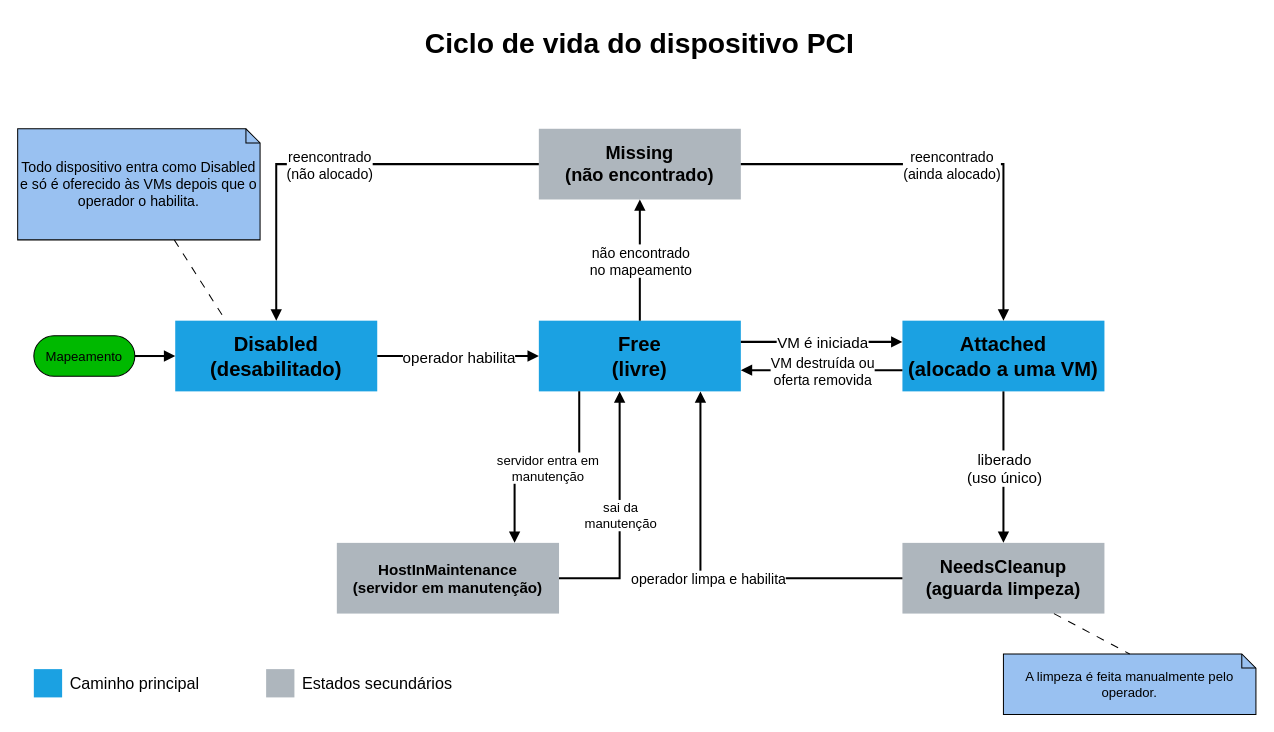
The draw.io diagram page "ciclo-de-vida-dispositivo" (2 of 3) of diagramas/diagramas-apresentacao.drawio in erikbocks/apresentacao-tcc, before the edit. Source tidied: cells renumbered, new cells numbered last; positions are measured from the earlier drawing's top-left corner, leaving out a move shared by most shapes. Both pictures are drawn from the tidied source at 101%, with x=0, y=0 at pixel (17, 17).
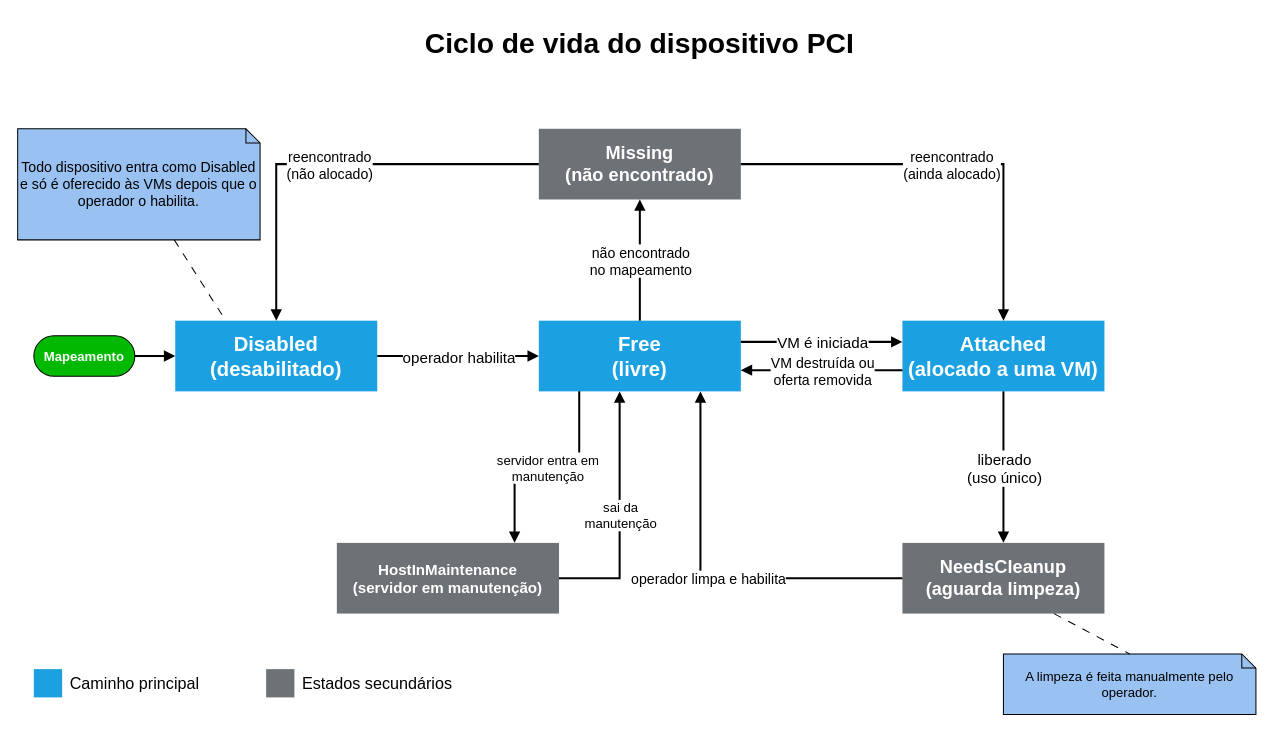
Above is the later version.

What changed in the source:
```diff
@@
-    <mxCell id="3" value="Mapeamento" style="html=1;dashed=0;whiteSpace=wrap;shape=mxgraph.dfd.start;fillColor=#00B900;fontColor=#000000;strokeColor=#000000;fontSize=13;" parent="1" vertex="1">
+    <mxCell id="3" value="Mapeamento" style="html=1;dashed=0;whiteSpace=wrap;shape=mxgraph.dfd.start;fillColor=#00B900;fontColor=#FFFFFF;strokeColor=#000000;fontSize=13;fontStyle=1;" parent="1" vertex="1">
       <mxGeometry x="16" y="315" width="100" height="40" as="geometry" />
     </mxCell>
-    <mxCell id="4" value="Disabled&lt;br&gt;(desabilitado)" style="whiteSpace=wrap;html=1;fillColor=#1ba1e2;strokeColor=none;fontColor=#000000;dashed=0;horizontal=1;fontSize=20;fontStyle=1;" parent="1" vertex="1">
+    <mxCell id="4" value="Disabled&lt;br&gt;(desabilitado)" style="whiteSpace=wrap;html=1;fillColor=#1ba1e2;strokeColor=none;fontColor=#FFFFFF;dashed=0;horizontal=1;fontSize=20;fontStyle=1;" parent="1" vertex="1">
       <mxGeometry x="156" y="300" width="200" height="70" as="geometry" />
     </mxCell>
-    <mxCell id="5" value="Free&lt;br&gt;(livre)" style="whiteSpace=wrap;html=1;fillColor=#1ba1e2;strokeColor=none;fontColor=#000000;dashed=0;horizontal=1;fontSize=20;fontStyle=1;" parent="1" vertex="1">
+    <mxCell id="5" value="Free&lt;br&gt;(livre)" style="whiteSpace=wrap;html=1;fillColor=#1ba1e2;strokeColor=none;fontColor=#FFFFFF;dashed=0;horizontal=1;fontSize=20;fontStyle=1;" parent="1" vertex="1">
       <mxGeometry x="516" y="300" width="200" height="70" as="geometry" />
     </mxCell>
-    <mxCell id="6" value="Attached&lt;br&gt;(alocado a uma VM)" style="whiteSpace=wrap;html=1;fillColor=#1ba1e2;strokeColor=none;fontColor=#000000;dashed=0;horizontal=1;fontSize=20;fontStyle=1;" parent="1" vertex="1">
+    <mxCell id="6" value="Attached&lt;br&gt;(alocado a uma VM)" style="whiteSpace=wrap;html=1;fillColor=#1ba1e2;strokeColor=none;fontColor=#FFFFFF;dashed=0;horizontal=1;fontSize=20;fontStyle=1;" parent="1" vertex="1">
       <mxGeometry x="876" y="300" width="200" height="70" as="geometry" />
     </mxCell>
-    <mxCell id="7" value="Missing&lt;br&gt;(não encontrado)" style="whiteSpace=wrap;html=1;fillColor=#aeb6bd;strokeColor=none;fontColor=#000000;dashed=0;horizontal=1;fontSize=18;fontStyle=1;" parent="1" vertex="1">
+    <mxCell id="7" value="Missing&lt;br&gt;(não encontrado)" style="whiteSpace=wrap;html=1;fillColor=#6D7276;strokeColor=none;fontColor=#FFFFFF;dashed=0;horizontal=1;fontSize=18;fontStyle=1;" parent="1" vertex="1">
       <mxGeometry x="516" y="110" width="200" height="70" as="geometry" />
     </mxCell>
-    <mxCell id="8" value="HostInMaintenance&lt;br&gt;(servidor em manutenção)" style="whiteSpace=wrap;html=1;fillColor=#aeb6bd;strokeColor=none;fontColor=#000000;dashed=0;horizontal=1;fontSize=15;fontStyle=1;" parent="1" vertex="1">
+    <mxCell id="8" value="HostInMaintenance&lt;br&gt;(servidor em manutenção)" style="whiteSpace=wrap;html=1;fillColor=#6D7276;strokeColor=none;fontColor=#FFFFFF;dashed=0;horizontal=1;fontSize=15;fontStyle=1;" parent="1" vertex="1">
       <mxGeometry x="316" y="520" width="220" height="70" as="geometry" />
     </mxCell>
-    <mxCell id="9" value="NeedsCleanup&lt;br&gt;(aguarda limpeza)" style="whiteSpace=wrap;html=1;fillColor=#aeb6bd;strokeColor=none;fontColor=#000000;dashed=0;horizontal=1;fontSize=18;fontStyle=1;" parent="1" vertex="1">
+    <mxCell id="9" value="NeedsCleanup&lt;br&gt;(aguarda limpeza)" style="whiteSpace=wrap;html=1;fillColor=#6D7276;strokeColor=none;fontColor=#FFFFFF;dashed=0;horizontal=1;fontSize=18;fontStyle=1;" parent="1" vertex="1">
       <mxGeometry x="876" y="520" width="200" height="70" as="geometry" />
     </mxCell>
@@
-    <mxCell id="36" style="whiteSpace=wrap;html=1;fillColor=#aeb6bd;strokeColor=none;fontColor=#000000;dashed=0;horizontal=1;fontSize=18;" parent="1" vertex="1">
+    <mxCell id="36" style="whiteSpace=wrap;html=1;fillColor=#6D7276;strokeColor=none;fontColor=#000000;dashed=0;horizontal=1;fontSize=18;" parent="1" vertex="1">
       <mxGeometry x="246" y="645" width="28" height="28" as="geometry" />
     </mxCell>
```
